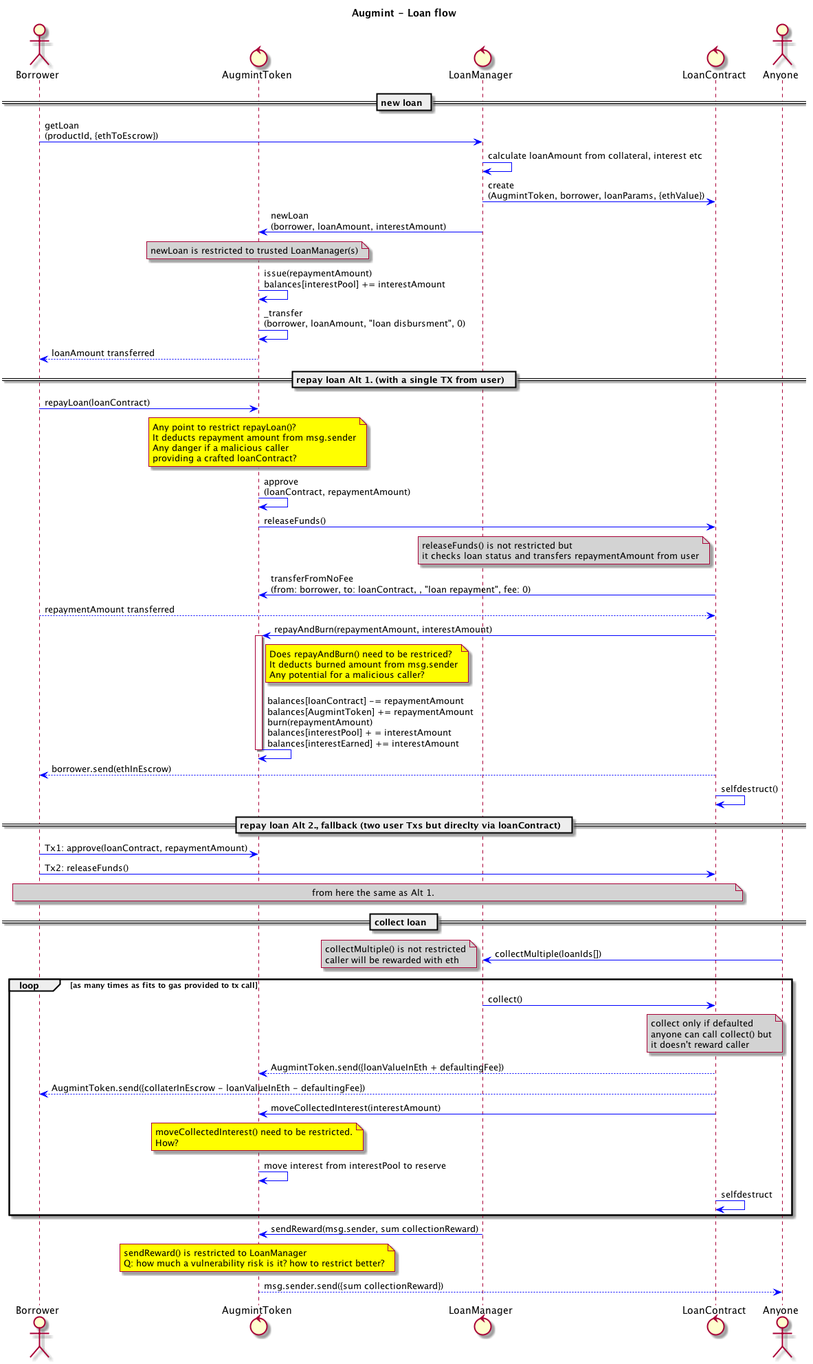
The PlantUML diagram docs/loanFlow.png in Augmint/augmint-web, before a commit.
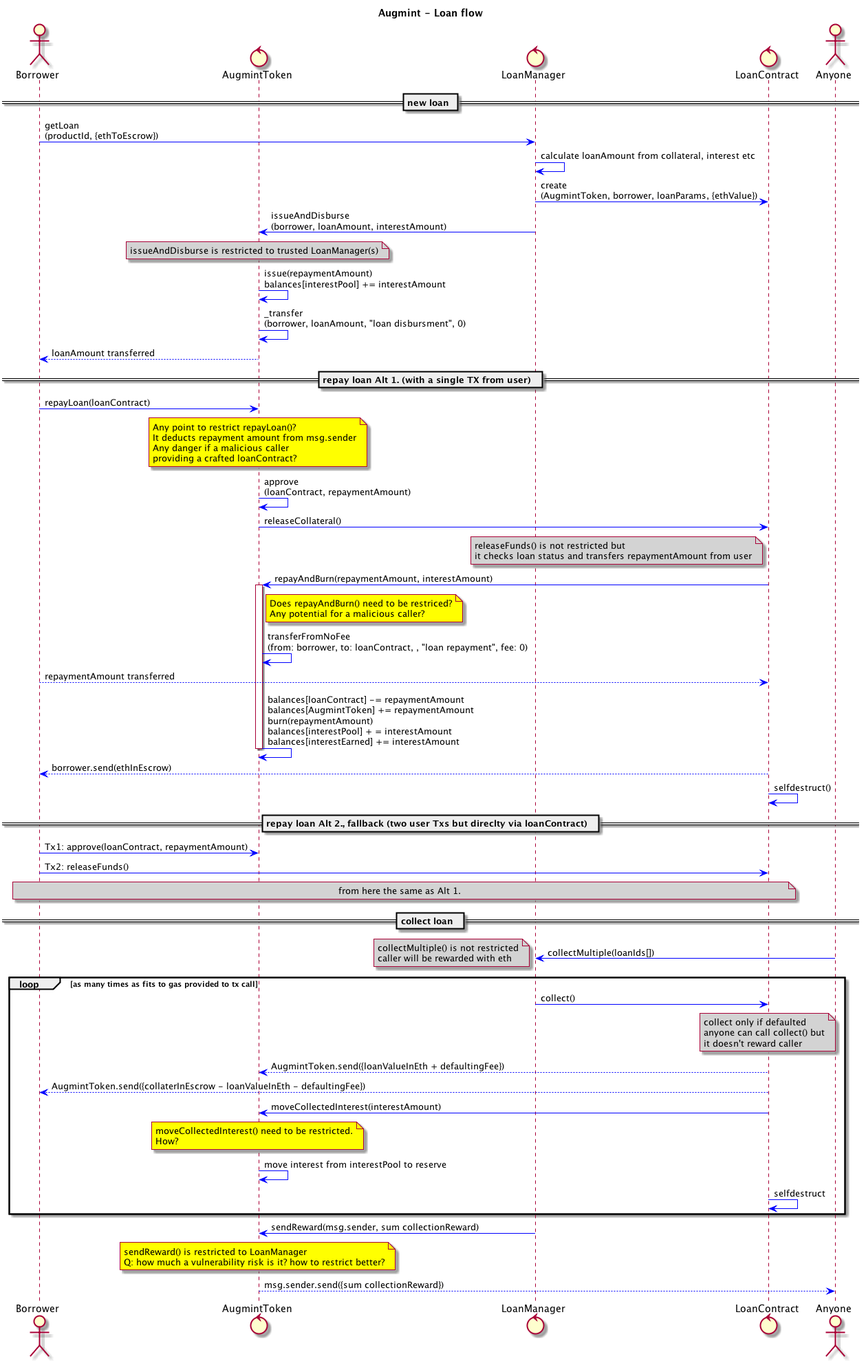
After the change.

Commit message:
sequence diagram updates

Diff of the diagram source:
```diff
@@ -11,9 +11,9 @@
 Borrower -> LoanManager : getLoan\n(productId, {ethToEscrow})
 LoanManager -> LoanManager : calculate loanAmount from collateral, interest etc
 LoanManager -> LoanContract : create\n(AugmintToken, borrower, loanParams, {ethValue})
-LoanManager -> AugmintToken : newLoan\n(borrower, loanAmount, interestAmount)
+LoanManager -> AugmintToken : issueAndDisburse\n(borrower, loanAmount, interestAmount)
 note over AugmintToken
-newLoan is restricted to trusted LoanManager(s)
+issueAndDisburse is restricted to trusted LoanManager(s)
 end note
 AugmintToken -> AugmintToken : issue(repaymentAmount)\nbalances[interestPool] += interestAmount
 AugmintToken -> AugmintToken : _transfer\n(borrower, loanAmount, "loan disbursment", 0)
@@ -29,20 +29,19 @@
 end note
 AugmintToken -> AugmintToken : approve\n(loanContract, repaymentAmount)
 
-AugmintToken -> LoanContract : releaseFunds()
+AugmintToken -> LoanContract : releaseCollateral()
 note left LoanContract
     releaseFunds() is not restricted but
     it checks loan status and transfers repaymentAmount from user
 end note
-LoanContract -> AugmintToken : transferFromNoFee\n(from: borrower, to: loanContract, , "loan repayment", fee: 0)
-Borrower --> LoanContract : repaymentAmount transferred
 LoanContract -> AugmintToken : repayAndBurn(repaymentAmount, interestAmount)
 note right AugmintToken #yellow
     Does repayAndBurn() need to be restriced?
-    It deducts burned amount from msg.sender
     Any potential for a malicious caller?
 end note
 activate AugmintToken
+AugmintToken -> AugmintToken : transferFromNoFee\n(from: borrower, to: loanContract, , "loan repayment", fee: 0)
+Borrower --> LoanContract : repaymentAmount transferred
 AugmintToken -> AugmintToken : balances[loanContract] -= repaymentAmount\nbalances[AugmintToken] += repaymentAmount\nburn(repaymentAmount)\nbalances[interestPool] + = interestAmount\nbalances[interestEarned] += interestAmount
 deactivate AugmintToken
 LoanContract --> Borrower : borrower.send(ethInEscrow)
```
